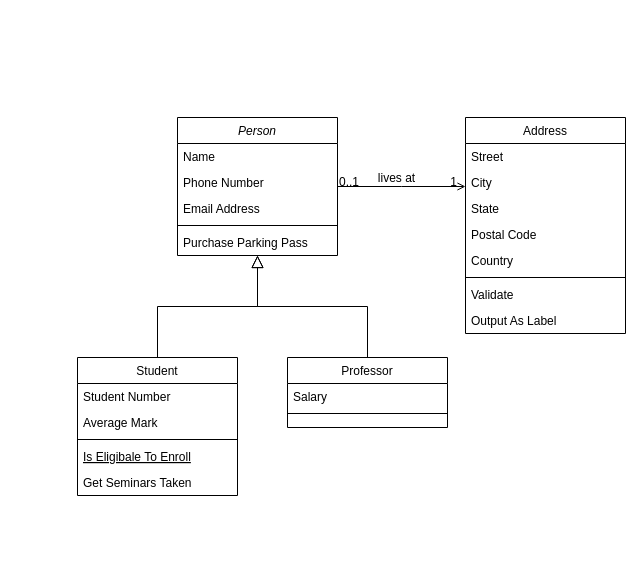
99002638/miniproject keeps this draw.io diagram as Untitled Diagram.drawio. Above is the earlier version. Source tidied: cells renumbered, new cells numbered last; positions are measured from the earlier drawing's top-left corner, leaving out a move shared by most shapes. Both pictures are drawn from the tidied source at 100%, with x=0, y=0 at pixel (77, 117).
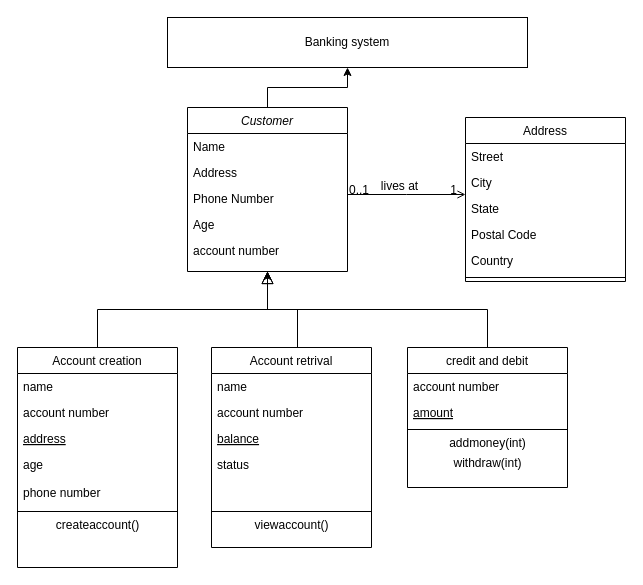
The same page after the edit.

Diff of the diagram source:
```diff
@@
-    <mxCell id="2" value="Person" style="swimlane;fontStyle=2;align=center;verticalAlign=top;horizontal=1;startSize=26;rounded=0;shadow=0;strokeWidth=1;" parent="1" vertex="1">
-      <mxGeometry x="100" width="160" height="138" as="geometry" />
-    </mxCell>
-    <mxCell id="3" value="Name" style="text;align=left;verticalAlign=top;spacingLeft=4;spacingRight=4;overflow=hidden;" parent="2" vertex="1">
-      <mxGeometry y="26" width="160" height="26" as="geometry" />
-    </mxCell>
-    <mxCell id="4" value="Phone Number" style="text;align=left;verticalAlign=top;spacingLeft=4;spacingRight=4;overflow=hidden;rounded=0;shadow=0;html=0;" parent="2" vertex="1">
-      <mxGeometry y="52" width="160" height="26" as="geometry" />
-    </mxCell>
-    <mxCell id="5" value="Email Address" style="text;align=left;verticalAlign=top;spacingLeft=4;spacingRight=4;overflow=hidden;rounded=0;shadow=0;html=0;" parent="2" vertex="1">
-      <mxGeometry y="78" width="160" height="26" as="geometry" />
-    </mxCell>
-    <mxCell id="6" style="line;html=1;strokeWidth=1;align=left;verticalAlign=middle;spacingTop=-1;spacingLeft=3;spacingRight=3;labelPosition=right;" parent="2" vertex="1">
-      <mxGeometry y="104" width="160" height="8" as="geometry" />
-    </mxCell>
-    <mxCell id="7" value="Purchase Parking Pass" style="text;align=left;verticalAlign=top;spacingLeft=4;spacingRight=4;overflow=hidden;" parent="2" vertex="1">
-      <mxGeometry y="112" width="160" height="26" as="geometry" />
-    </mxCell>
-    <mxCell id="8" value="Student" style="swimlane;fontStyle=0;align=center;verticalAlign=top;horizontal=1;startSize=26;rounded=0;shadow=0;strokeWidth=1;" parent="1" vertex="1">
-      <mxGeometry y="240" width="160" height="138" as="geometry" />
-    </mxCell>
-    <mxCell id="9" value="Student Number" style="text;align=left;verticalAlign=top;spacingLeft=4;spacingRight=4;overflow=hidden;" parent="8" vertex="1">
-      <mxGeometry y="26" width="160" height="26" as="geometry" />
-    </mxCell>
-    <mxCell id="10" value="Average Mark" style="text;align=left;verticalAlign=top;spacingLeft=4;spacingRight=4;overflow=hidden;rounded=0;shadow=0;html=0;" parent="8" vertex="1">
-      <mxGeometry y="52" width="160" height="26" as="geometry" />
-    </mxCell>
-    <mxCell id="11" style="line;html=1;strokeWidth=1;align=left;verticalAlign=middle;spacingTop=-1;spacingLeft=3;spacingRight=3;labelPosition=right;" parent="8" vertex="1">
-      <mxGeometry y="78" width="160" height="8" as="geometry" />
-    </mxCell>
-    <mxCell id="12" value="Is Eligibale To Enroll" style="text;align=left;verticalAlign=top;spacingLeft=4;spacingRight=4;overflow=hidden;fontStyle=4;" parent="8" vertex="1">
-      <mxGeometry y="86" width="160" height="26" as="geometry" />
-    </mxCell>
-    <mxCell id="13" value="Get Seminars Taken" style="text;align=left;verticalAlign=top;spacingLeft=4;spacingRight=4;overflow=hidden;" parent="8" vertex="1">
-      <mxGeometry y="112" width="160" height="26" as="geometry" />
-    </mxCell>
@@
-    <mxCell id="15" value="Professor" style="swimlane;fontStyle=0;align=center;verticalAlign=top;horizontal=1;startSize=26;rounded=0;shadow=0;strokeWidth=1;" parent="1" vertex="1">
-      <mxGeometry x="210" y="240" width="160" height="70" as="geometry" />
-    </mxCell>
-    <mxCell id="16" value="Salary" style="text;align=left;verticalAlign=top;spacingLeft=4;spacingRight=4;overflow=hidden;" parent="15" vertex="1">
-      <mxGeometry y="26" width="160" height="26" as="geometry" />
-    </mxCell>
-    <mxCell id="17" style="line;html=1;strokeWidth=1;align=left;verticalAlign=middle;spacingTop=-1;spacingLeft=3;spacingRight=3;labelPosition=right;" parent="15" vertex="1">
-      <mxGeometry y="52" width="160" height="8" as="geometry" />
-    </mxCell>
-    <mxCell id="18" style="endArrow=block;endSize=10;endFill=0;shadow=0;strokeWidth=1;rounded=0;edgeStyle=elbowEdgeStyle;elbow=vertical;" parent="1" edge="1" source="15" target="2">
-      <mxGeometry relative="1" as="geometry" />
+    <mxCell id="18" style="endArrow=block;endSize=10;endFill=0;shadow=0;strokeWidth=1;rounded=0;edgeStyle=elbowEdgeStyle;elbow=vertical;" parent="1" edge="1" target="2">
+      <mxGeometry relative="1" as="geometry">
+        <mxPoint x="220" y="230" as="sourcePoint" />
+      </mxGeometry>
     </mxCell>
     <mxCell id="19" value="Address" style="swimlane;fontStyle=0;align=center;verticalAlign=top;horizontal=1;startSize=26;rounded=0;shadow=0;strokeWidth=1;" parent="1" vertex="1">
-      <mxGeometry x="388" width="160" height="216" as="geometry" />
+      <mxGeometry x="388" width="160" height="164" as="geometry" />
     </mxCell>
@@
-    <mxCell id="26" value="Validate" style="text;align=left;verticalAlign=top;spacingLeft=4;spacingRight=4;overflow=hidden;" parent="19" vertex="1">
-      <mxGeometry y="164" width="160" height="26" as="geometry" />
-    </mxCell>
-    <mxCell id="27" value="Output As Label" style="text;align=left;verticalAlign=top;spacingLeft=4;spacingRight=4;overflow=hidden;" parent="19" vertex="1">
-      <mxGeometry y="190" width="160" height="26" as="geometry" />
-    </mxCell>
@@
+    <mxCell id="32" value="Banking system" style="rounded=0;whiteSpace=wrap;html=1;" parent="1" vertex="1">
+      <mxGeometry x="90" y="-100" width="360" height="50" as="geometry" />
+    </mxCell>
+    <mxCell id="33" style="edgeStyle=orthogonalEdgeStyle;rounded=0;jettySize=auto;html=1;entryX=0.5;entryY=1;entryDx=0;entryDy=0;" parent="1" edge="1" source="2" target="32">
+      <mxGeometry relative="1" as="geometry" />
+    </mxCell>
+    <mxCell id="8" value="Account creation" style="swimlane;fontStyle=0;align=center;verticalAlign=top;horizontal=1;startSize=26;rounded=0;shadow=0;strokeWidth=1;" parent="1" vertex="1">
+      <mxGeometry x="-60" y="230" width="160" height="220" as="geometry" />
+    </mxCell>
+    <mxCell id="9" value="name" style="text;align=left;verticalAlign=top;spacingLeft=4;spacingRight=4;overflow=hidden;" parent="8" vertex="1">
+      <mxGeometry y="26" width="160" height="26" as="geometry" />
+    </mxCell>
+    <mxCell id="10" value="account number" style="text;align=left;verticalAlign=top;spacingLeft=4;spacingRight=4;overflow=hidden;rounded=0;shadow=0;html=0;" parent="8" vertex="1">
+      <mxGeometry y="52" width="160" height="26" as="geometry" />
+    </mxCell>
+    <mxCell id="12" value="address" style="text;align=left;verticalAlign=top;spacingLeft=4;spacingRight=4;overflow=hidden;fontStyle=4;" parent="8" vertex="1">
+      <mxGeometry y="78" width="160" height="26" as="geometry" />
+    </mxCell>
+    <mxCell id="13" value="age&#10;&#10;phone number" style="text;align=left;verticalAlign=top;spacingLeft=4;spacingRight=4;overflow=hidden;" parent="8" vertex="1">
+      <mxGeometry y="104" width="160" height="56" as="geometry" />
+    </mxCell>
+    <mxCell id="34" style="line;html=1;strokeWidth=1;align=left;verticalAlign=middle;spacingTop=-1;spacingLeft=3;spacingRight=3;labelPosition=right;" parent="8" vertex="1">
+      <mxGeometry y="160" width="160" height="8" as="geometry" />
+    </mxCell>
+    <mxCell id="35" value="createaccount()" style="text;html=1;align=center;verticalAlign=middle;" parent="8" vertex="1">
+      <mxGeometry y="168" width="160" height="20" as="geometry" />
+    </mxCell>
+    <mxCell id="2" value="Customer" style="swimlane;fontStyle=2;align=center;verticalAlign=top;horizontal=1;startSize=26;rounded=0;shadow=0;strokeWidth=1;" parent="1" vertex="1">
+      <mxGeometry x="110" y="-10" width="160" height="164" as="geometry" />
+    </mxCell>
+    <mxCell id="3" value="Name" style="text;align=left;verticalAlign=top;spacingLeft=4;spacingRight=4;overflow=hidden;" parent="2" vertex="1">
+      <mxGeometry y="26" width="160" height="26" as="geometry" />
+    </mxCell>
+    <mxCell id="5" value="Address" style="text;align=left;verticalAlign=top;spacingLeft=4;spacingRight=4;overflow=hidden;rounded=0;shadow=0;html=0;" parent="2" vertex="1">
+      <mxGeometry y="52" width="160" height="26" as="geometry" />
+    </mxCell>
+    <mxCell id="4" value="Phone Number" style="text;align=left;verticalAlign=top;spacingLeft=4;spacingRight=4;overflow=hidden;rounded=0;shadow=0;html=0;" parent="2" vertex="1">
+      <mxGeometry y="78" width="160" height="26" as="geometry" />
+    </mxCell>
+    <mxCell id="36" value="Age&#10;" style="text;align=left;verticalAlign=top;spacingLeft=4;spacingRight=4;overflow=hidden;" parent="2" vertex="1">
+      <mxGeometry y="104" width="160" height="26" as="geometry" />
+    </mxCell>
+    <mxCell id="37" value="account number" style="text;align=left;verticalAlign=top;spacingLeft=4;spacingRight=4;overflow=hidden;" parent="2" vertex="1">
+      <mxGeometry y="130" width="160" height="26" as="geometry" />
+    </mxCell>
+    <mxCell id="38" value="Account retrival" style="swimlane;fontStyle=0;align=center;verticalAlign=top;horizontal=1;startSize=26;rounded=0;shadow=0;strokeWidth=1;" parent="1" vertex="1">
+      <mxGeometry x="134" y="230" width="160" height="200" as="geometry" />
+    </mxCell>
+    <mxCell id="39" value="name" style="text;align=left;verticalAlign=top;spacingLeft=4;spacingRight=4;overflow=hidden;" parent="38" vertex="1">
+      <mxGeometry y="26" width="160" height="26" as="geometry" />
+    </mxCell>
+    <mxCell id="40" value="account number" style="text;align=left;verticalAlign=top;spacingLeft=4;spacingRight=4;overflow=hidden;rounded=0;shadow=0;html=0;" parent="38" vertex="1">
+      <mxGeometry y="52" width="160" height="26" as="geometry" />
+    </mxCell>
+    <mxCell id="41" value="balance" style="text;align=left;verticalAlign=top;spacingLeft=4;spacingRight=4;overflow=hidden;fontStyle=4;" parent="38" vertex="1">
+      <mxGeometry y="78" width="160" height="26" as="geometry" />
+    </mxCell>
+    <mxCell id="42" value="status" style="text;align=left;verticalAlign=top;spacingLeft=4;spacingRight=4;overflow=hidden;" parent="38" vertex="1">
+      <mxGeometry y="104" width="160" height="56" as="geometry" />
+    </mxCell>
+    <mxCell id="43" style="line;html=1;strokeWidth=1;align=left;verticalAlign=middle;spacingTop=-1;spacingLeft=3;spacingRight=3;labelPosition=right;" parent="38" vertex="1">
+      <mxGeometry y="160" width="160" height="8" as="geometry" />
+    </mxCell>
+    <mxCell id="44" value="viewaccount()" style="text;html=1;align=center;verticalAlign=middle;" parent="38" vertex="1">
+      <mxGeometry y="168" width="160" height="20" as="geometry" />
+    </mxCell>
+    <mxCell id="45" style="edgeStyle=orthogonalEdgeStyle;rounded=0;jettySize=auto;html=1;exitX=0.5;exitY=0;exitDx=0;exitDy=0;entryX=0.5;entryY=1;entryDx=0;entryDy=0;" parent="1" edge="1" source="46" target="2">
+      <mxGeometry relative="1" as="geometry" />
+    </mxCell>
+    <mxCell id="46" value="credit and debit" style="swimlane;fontStyle=0;align=center;verticalAlign=top;horizontal=1;startSize=26;rounded=0;shadow=0;strokeWidth=1;" parent="1" vertex="1">
+      <mxGeometry x="330" y="230" width="160" height="140" as="geometry" />
+    </mxCell>
+    <mxCell id="47" value="account number" style="text;align=left;verticalAlign=top;spacingLeft=4;spacingRight=4;overflow=hidden;rounded=0;shadow=0;html=0;" parent="46" vertex="1">
+      <mxGeometry y="26" width="160" height="26" as="geometry" />
+    </mxCell>
+    <mxCell id="48" value="amount" style="text;align=left;verticalAlign=top;spacingLeft=4;spacingRight=4;overflow=hidden;fontStyle=4;" parent="46" vertex="1">
+      <mxGeometry y="52" width="160" height="26" as="geometry" />
+    </mxCell>
+    <mxCell id="11" style="line;html=1;strokeWidth=1;align=left;verticalAlign=middle;spacingTop=-1;spacingLeft=3;spacingRight=3;labelPosition=right;" parent="46" vertex="1">
+      <mxGeometry y="78" width="160" height="8" as="geometry" />
+    </mxCell>
+    <mxCell id="49" value="addmoney(int)" style="text;html=1;align=center;verticalAlign=middle;" parent="46" vertex="1">
+      <mxGeometry y="86" width="160" height="20" as="geometry" />
+    </mxCell>
+    <mxCell id="50" value="withdraw(int)" style="text;html=1;align=center;verticalAlign=middle;" parent="46" vertex="1">
+      <mxGeometry y="106" width="160" height="20" as="geometry" />
+    </mxCell>
```
